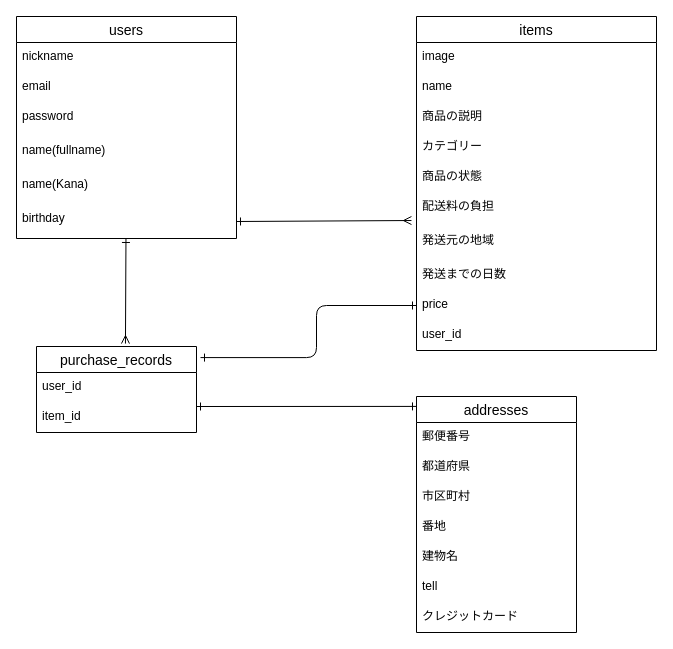
Earlier version of the draw.io diagram ER.dio (kazuhiro-na/furima-37427). Source tidied: cells renumbered, new cells numbered last; positions are measured from the earlier drawing's top-left corner, leaving out a move shared by most shapes. Both pictures are drawn from the tidied source at 100%, with x=0, y=0 at pixel (16, 16).
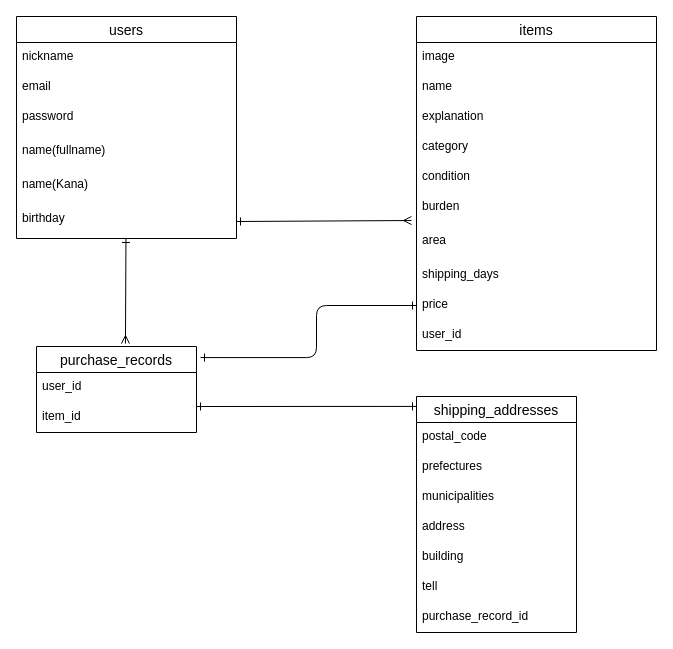
The same diagram, later.

Commit message (it also covers changes not shown here):
READMEに設計情報を追加

The change refers to these unchanged cells:
```xml
<mxCell id="10" value="items" style="swimlane;fontStyle=0;horizontal=1;startSize=26;align=center;fontSize=14;" parent="1" vertex="1">
  <mxGeometry x="400" width="240" height="334" as="geometry" />
</mxCell>
```

Diff of the diagram source:
```diff
@@
-    <mxCell id="13" value="商品の説明" style="text;strokeColor=none;fillColor=none;spacingLeft=4;spacingRight=4;overflow=hidden;fontSize=12;" parent="10" vertex="1">
+    <mxCell id="13" value="explanation" style="text;strokeColor=none;fillColor=none;spacingLeft=4;spacingRight=4;overflow=hidden;fontSize=12;" parent="10" vertex="1">
       <mxGeometry y="86" width="240" height="30" as="geometry" />
     </mxCell>
-    <mxCell id="14" value="カテゴリー" style="text;strokeColor=none;fillColor=none;spacingLeft=4;spacingRight=4;overflow=hidden;fontSize=12;" parent="10" vertex="1">
+    <mxCell id="14" value="category" style="text;strokeColor=none;fillColor=none;spacingLeft=4;spacingRight=4;overflow=hidden;fontSize=12;" parent="10" vertex="1">
       <mxGeometry y="116" width="240" height="30" as="geometry" />
     </mxCell>
-    <mxCell id="15" value="商品の状態" style="text;strokeColor=none;fillColor=none;spacingLeft=4;spacingRight=4;overflow=hidden;fontSize=12;" parent="10" vertex="1">
+    <mxCell id="15" value="condition" style="text;strokeColor=none;fillColor=none;spacingLeft=4;spacingRight=4;overflow=hidden;fontSize=12;" parent="10" vertex="1">
       <mxGeometry y="146" width="240" height="30" as="geometry" />
     </mxCell>
-    <mxCell id="16" value="配送料の負担" style="text;strokeColor=none;fillColor=none;spacingLeft=4;spacingRight=4;overflow=hidden;points=[[0,0.5],[1,0.5]];portConstraint=eastwest;fontSize=12;" parent="10" vertex="1">
+    <mxCell id="16" value="burden" style="text;strokeColor=none;fillColor=none;spacingLeft=4;spacingRight=4;overflow=hidden;points=[[0,0.5],[1,0.5]];portConstraint=eastwest;fontSize=12;" parent="10" vertex="1">
       <mxGeometry y="176" width="240" height="34" as="geometry" />
     </mxCell>
-    <mxCell id="17" value="発送元の地域" style="text;strokeColor=none;fillColor=none;spacingLeft=4;spacingRight=4;overflow=hidden;fontSize=12;" parent="10" vertex="1">
+    <mxCell id="17" value="area" style="text;strokeColor=none;fillColor=none;spacingLeft=4;spacingRight=4;overflow=hidden;fontSize=12;" parent="10" vertex="1">
       <mxGeometry y="210" width="240" height="34" as="geometry" />
     </mxCell>
-    <mxCell id="18" value="発送までの日数" style="text;strokeColor=none;fillColor=none;spacingLeft=4;spacingRight=4;overflow=hidden;fontSize=12;" parent="10" vertex="1">
+    <mxCell id="18" value="shipping_days" style="text;strokeColor=none;fillColor=none;spacingLeft=4;spacingRight=4;overflow=hidden;fontSize=12;" parent="10" vertex="1">
       <mxGeometry y="244" width="240" height="30" as="geometry" />
     </mxCell>
@@
-    <mxCell id="25" value="addresses" style="swimlane;fontStyle=0;horizontal=1;startSize=26;align=center;fontSize=14;" parent="1" vertex="1">
+    <mxCell id="25" value="shipping_addresses" style="swimlane;fontStyle=0;horizontal=1;startSize=26;align=center;fontSize=14;" parent="1" vertex="1">
       <mxGeometry x="400" y="380" width="160" height="236" as="geometry" />
     </mxCell>
-    <mxCell id="26" value="郵便番号" style="text;strokeColor=none;fillColor=none;spacingLeft=4;spacingRight=4;overflow=hidden;fontSize=12;" parent="25" vertex="1">
+    <mxCell id="26" value="postal_code" style="text;strokeColor=none;fillColor=none;spacingLeft=4;spacingRight=4;overflow=hidden;fontSize=12;" parent="25" vertex="1">
       <mxGeometry y="26" width="160" height="30" as="geometry" />
     </mxCell>
-    <mxCell id="27" value="都道府県" style="text;strokeColor=none;fillColor=none;spacingLeft=4;spacingRight=4;overflow=hidden;fontSize=12;" parent="25" vertex="1">
+    <mxCell id="27" value="prefectures" style="text;strokeColor=none;fillColor=none;spacingLeft=4;spacingRight=4;overflow=hidden;fontSize=12;" parent="25" vertex="1">
       <mxGeometry y="56" width="160" height="30" as="geometry" />
     </mxCell>
-    <mxCell id="28" value="市区町村" style="text;strokeColor=none;fillColor=none;spacingLeft=4;spacingRight=4;overflow=hidden;fontSize=12;" parent="25" vertex="1">
+    <mxCell id="28" value="municipalities" style="text;strokeColor=none;fillColor=none;spacingLeft=4;spacingRight=4;overflow=hidden;fontSize=12;" parent="25" vertex="1">
       <mxGeometry y="86" width="160" height="30" as="geometry" />
     </mxCell>
-    <mxCell id="29" value="番地" style="text;strokeColor=none;fillColor=none;spacingLeft=4;spacingRight=4;overflow=hidden;fontSize=12;" parent="25" vertex="1">
+    <mxCell id="29" value="address" style="text;strokeColor=none;fillColor=none;spacingLeft=4;spacingRight=4;overflow=hidden;fontSize=12;" parent="25" vertex="1">
       <mxGeometry y="116" width="160" height="30" as="geometry" />
     </mxCell>
-    <mxCell id="30" value="建物名" style="text;strokeColor=none;fillColor=none;spacingLeft=4;spacingRight=4;overflow=hidden;fontSize=12;" parent="25" vertex="1">
+    <mxCell id="30" value="building" style="text;strokeColor=none;fillColor=none;spacingLeft=4;spacingRight=4;overflow=hidden;fontSize=12;" parent="25" vertex="1">
       <mxGeometry y="146" width="160" height="30" as="geometry" />
     </mxCell>
@@
-    <mxCell id="32" value="クレジットカード" style="text;strokeColor=none;fillColor=none;spacingLeft=4;spacingRight=4;overflow=hidden;fontSize=12;" parent="25" vertex="1">
+    <mxCell id="32" value="purchase_record_id" style="text;strokeColor=none;fillColor=none;spacingLeft=4;spacingRight=4;overflow=hidden;fontSize=12;" parent="25" vertex="1">
       <mxGeometry y="206" width="160" height="30" as="geometry" />
     </mxCell>
```
